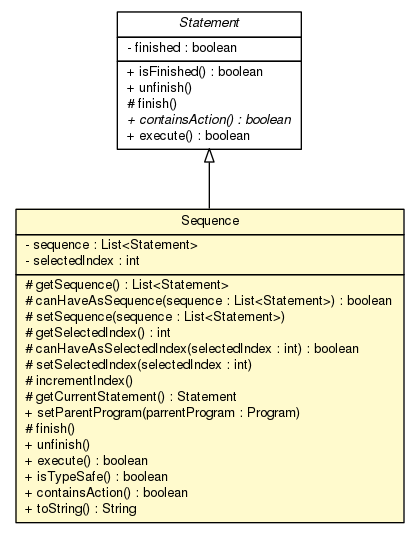
The Graphviz diagram doc/model/programs/parsing/language/statement/Sequence.png in sinopeus/asteroids, before a commit. Its source is kept beside it as doc/model/programs/parsing/language/statement/Sequence.dot.
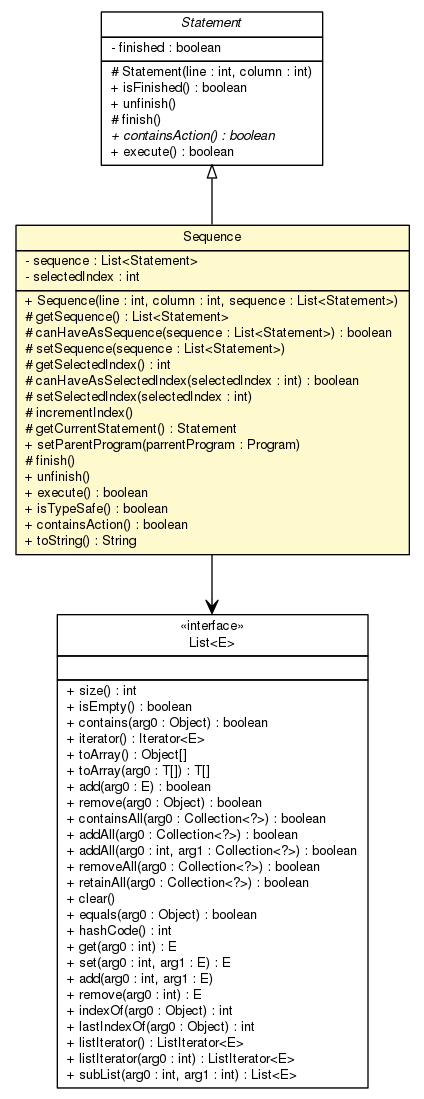
Later version of the same file.

Diff of the diagram source:
```diff
@@ -4,7 +4,7 @@
 	node [fontname="Helvetica",fontsize=10,shape=plaintext];
 	nodesep=0.25;
 	ranksep=0.5;
-	c15382 [label=<<table title="model.programs.parsing.language.statement.Statement" border="0" cellborder="1" cellspacing="0" cellpadding="2" port="p" href="./Statement.html">
+	c15434 [label=<<table title="model.programs.parsing.language.statement.Statement" border="0" cellborder="1" cellspacing="0" cellpadding="2" port="p" href="./Statement.html">
 		<tr><td><table border="0" cellspacing="0" cellpadding="1">
 <tr><td align="center" balign="center"><font face="Helvetica-Oblique"> Statement </font></td></tr>
 		</table></td></tr>
@@ -12,6 +12,7 @@
 <tr><td align="left" balign="left"> - finished : boolean </td></tr>
 		</table></td></tr>
 		<tr><td><table border="0" cellspacing="0" cellpadding="1">
+<tr><td align="left" balign="left"> # Statement(line : int, column : int) </td></tr>
 <tr><td align="left" balign="left"> + isFinished() : boolean </td></tr>
 <tr><td align="left" balign="left"> + unfinish() </td></tr>
 <tr><td align="left" balign="left"> # finish() </td></tr>
@@ -19,7 +20,7 @@
 <tr><td align="left" balign="left"> + execute() : boolean </td></tr>
 		</table></td></tr>
 		</table>>, URL="./Statement.html", fontname="Helvetica", fontcolor="black", fontsize=10.0];
-	c15388 [label=<<table title="model.programs.parsing.language.statement.Sequence" border="0" cellborder="1" cellspacing="0" cellpadding="2" port="p" bgcolor="lemonChiffon" href="./Sequence.html">
+	c15440 [label=<<table title="model.programs.parsing.language.statement.Sequence" border="0" cellborder="1" cellspacing="0" cellpadding="2" port="p" bgcolor="lemonChiffon" href="./Sequence.html">
 		<tr><td><table border="0" cellspacing="0" cellpadding="1">
 <tr><td align="center" balign="center"> Sequence </td></tr>
 		</table></td></tr>
@@ -28,6 +29,7 @@
 <tr><td align="left" balign="left"> - selectedIndex : int </td></tr>
 		</table></td></tr>
 		<tr><td><table border="0" cellspacing="0" cellpadding="1">
+<tr><td align="left" balign="left"> + Sequence(line : int, column : int, sequence : List&lt;Statement&gt;) </td></tr>
 <tr><td align="left" balign="left"> # getSequence() : List&lt;Statement&gt; </td></tr>
 <tr><td align="left" balign="left"> # canHaveAsSequence(sequence : List&lt;Statement&gt;) : boolean </td></tr>
 <tr><td align="left" balign="left"> # setSequence(sequence : List&lt;Statement&gt;) </td></tr>
@@ -45,5 +47,42 @@
 <tr><td align="left" balign="left"> + toString() : String </td></tr>
 		</table></td></tr>
 		</table>>, URL="./Sequence.html", fontname="Helvetica", fontcolor="black", fontsize=10.0];
-	c15382:p -> c15388:p [dir=back,arrowtail=empty];
+	c15434:p -> c15440:p [dir=back,arrowtail=empty];
+	c15440:p -> c15468:p [taillabel="", label="", headlabel="", fontname="Helvetica", fontcolor="black", fontsize=10.0, color="black", arrowhead=open];
+	c15468 [label=<<table title="java.util.List" border="0" cellborder="1" cellspacing="0" cellpadding="2" port="p" href="http://java.sun.com/j2se/1.4.2/docs/api/java/util/List.html">
+		<tr><td><table border="0" cellspacing="0" cellpadding="1">
+<tr><td align="center" balign="center"> &#171;interface&#187; </td></tr>
+<tr><td align="center" balign="center"> List&lt;E&gt; </td></tr>
+		</table></td></tr>
+		<tr><td><table border="0" cellspacing="0" cellpadding="1">
+<tr><td align="left" balign="left">  </td></tr>
+		</table></td></tr>
+		<tr><td><table border="0" cellspacing="0" cellpadding="1">
+<tr><td align="left" balign="left"> + size() : int </td></tr>
+<tr><td align="left" balign="left"> + isEmpty() : boolean </td></tr>
+<tr><td align="left" balign="left"> + contains(arg0 : Object) : boolean </td></tr>
+<tr><td align="left" balign="left"> + iterator() : Iterator&lt;E&gt; </td></tr>
+<tr><td align="left" balign="left"> + toArray() : Object[] </td></tr>
+<tr><td align="left" balign="left"> + toArray(arg0 : T[]) : T[] </td></tr>
+<tr><td align="left" balign="left"> + add(arg0 : E) : boolean </td></tr>
+<tr><td align="left" balign="left"> + remove(arg0 : Object) : boolean </td></tr>
+<tr><td align="left" balign="left"> + containsAll(arg0 : Collection&lt;?&gt;) : boolean </td></tr>
+<tr><td align="left" balign="left"> + addAll(arg0 : Collection&lt;?&gt;) : boolean </td></tr>
+<tr><td align="left" balign="left"> + addAll(arg0 : int, arg1 : Collection&lt;?&gt;) : boolean </td></tr>
+<tr><td align="left" balign="left"> + removeAll(arg0 : Collection&lt;?&gt;) : boolean </td></tr>
+<tr><td align="left" balign="left"> + retainAll(arg0 : Collection&lt;?&gt;) : boolean </td></tr>
+<tr><td align="left" balign="left"> + clear() </td></tr>
+<tr><td align="left" balign="left"> + equals(arg0 : Object) : boolean </td></tr>
+<tr><td align="left" balign="left"> + hashCode() : int </td></tr>
+<tr><td align="left" balign="left"> + get(arg0 : int) : E </td></tr>
+<tr><td align="left" balign="left"> + set(arg0 : int, arg1 : E) : E </td></tr>
+<tr><td align="left" balign="left"> + add(arg0 : int, arg1 : E) </td></tr>
+<tr><td align="left" balign="left"> + remove(arg0 : int) : E </td></tr>
+<tr><td align="left" balign="left"> + indexOf(arg0 : Object) : int </td></tr>
+<tr><td align="left" balign="left"> + lastIndexOf(arg0 : Object) : int </td></tr>
+<tr><td align="left" balign="left"> + listIterator() : ListIterator&lt;E&gt; </td></tr>
+<tr><td align="left" balign="left"> + listIterator(arg0 : int) : ListIterator&lt;E&gt; </td></tr>
+<tr><td align="left" balign="left"> + subList(arg0 : int, arg1 : int) : List&lt;E&gt; </td></tr>
+		</table></td></tr>
+		</table>>, URL="http://java.sun.com/j2se/1.4.2/docs/api/java/util/List.html", fontname="Helvetica", fontcolor="black", fontsize=10.0];
 }
```
